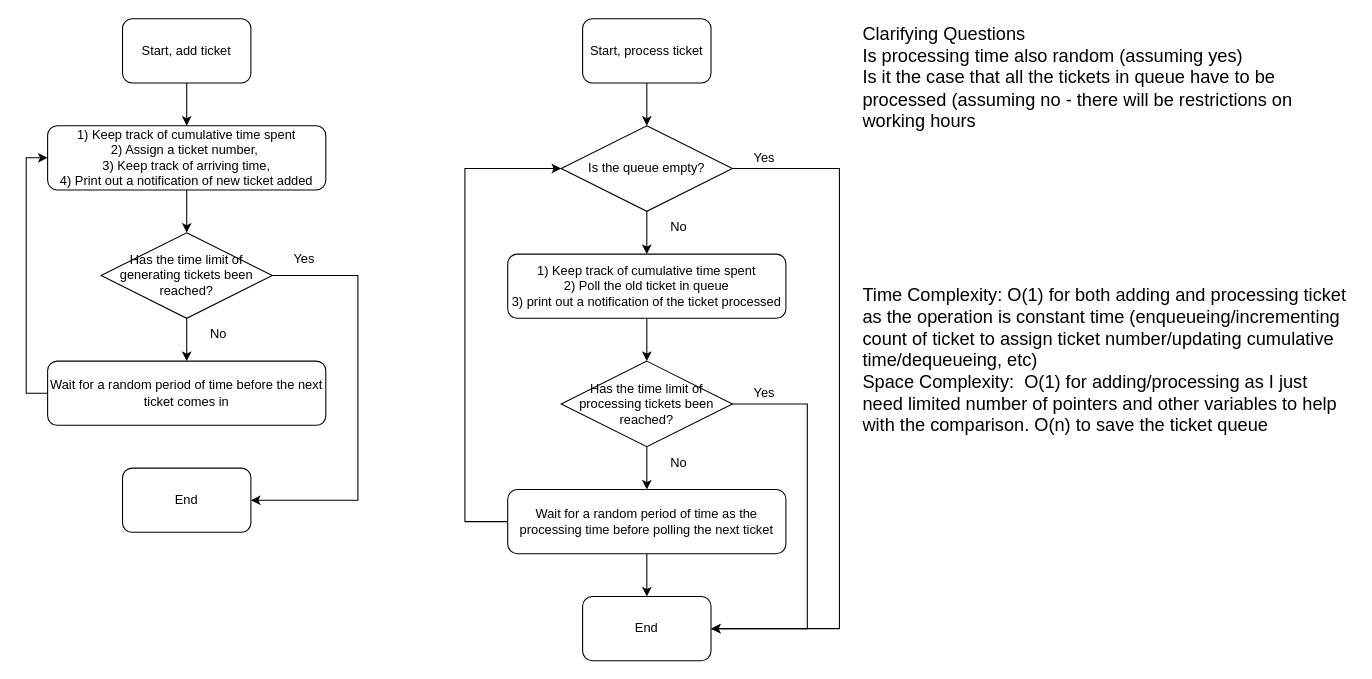
Earlier version of the draw.io diagram Ticketing System Simulation.drawio (yanatnsc/Ticketing-System-Simulation). Source tidied: cells renumbered, new cells numbered last; positions are measured from the earlier drawing's top-left corner, leaving out a move shared by most shapes. Both pictures are drawn from the tidied source at 107%, with x=0, y=0 at pixel (47, 18).
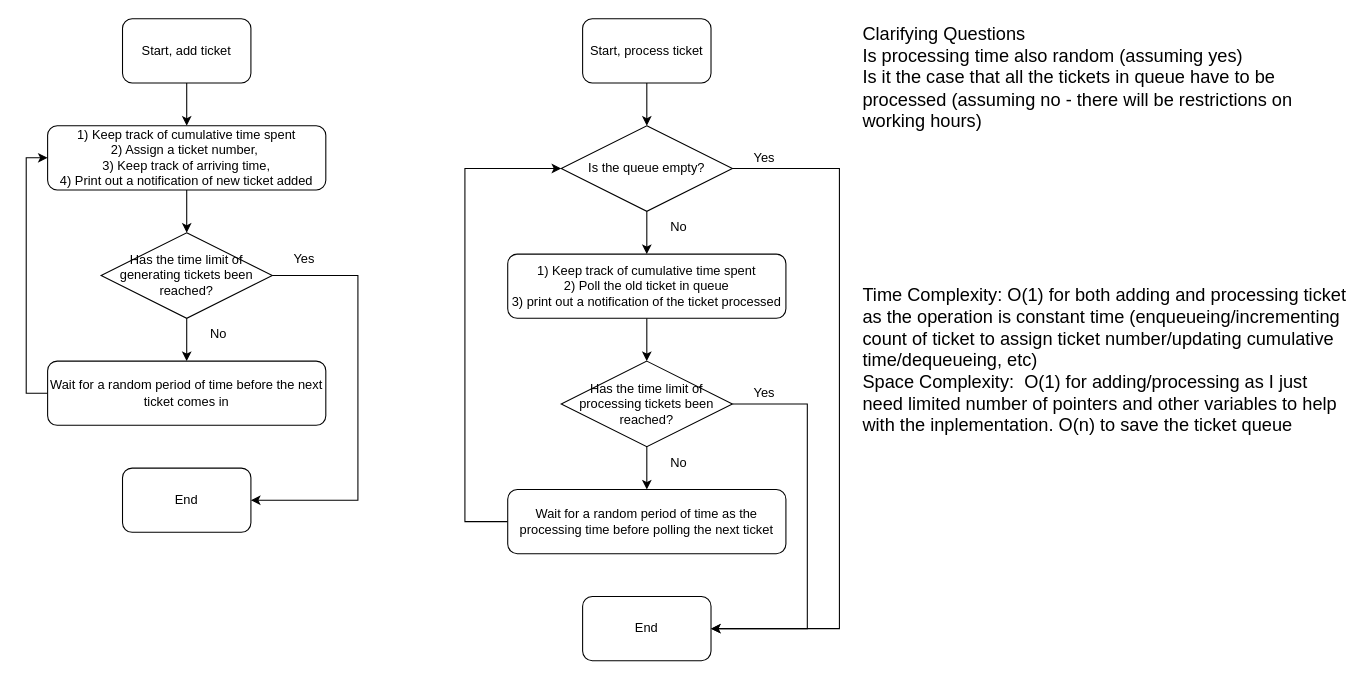
After the change.

The change refers to these unchanged cells:
```xml
<mxCell id="20" value="Wait for a random period of time as the processing time before polling the next ticket" style="rounded=1;whiteSpace=wrap;html=1;" parent="1" vertex="1">
  <mxGeometry x="430" y="440" width="260" height="60" as="geometry" />
</mxCell>
<mxCell id="29" value="End" style="rounded=1;whiteSpace=wrap;html=1;" parent="1" vertex="1">
  <mxGeometry x="500" y="540" width="120" height="60" as="geometry" />
</mxCell>
```

What changed in the source:
```diff
@@
-    <mxCell id="4" value="&lt;font style=&quot;font-size: 17px;&quot;&gt;Clarifying Questions&lt;/font&gt;&lt;div style=&quot;&quot;&gt;&lt;span style=&quot;background-color: initial; font-size: 17px;&quot;&gt;Is processing time also random (assuming yes)&lt;/span&gt;&lt;/div&gt;&lt;div style=&quot;&quot;&gt;&lt;span style=&quot;background-color: initial; font-size: 17px;&quot;&gt;Is it the case that all the tickets in queue have to be processed (assuming no - there will be restrictions on working hours&lt;/span&gt;&lt;/div&gt;&lt;div style=&quot;&quot;&gt;&lt;span style=&quot;font-size: 0px; color: rgba(0, 0, 0, 0); font-family: monospace; text-wrap: nowrap; background-color: initial;&quot;&gt;Does3CmxGraphModel%3E%3Croot%3E%3CmxCell%20id%3D%220%22%2F%3E%3CmxCell%20id%3D%221%22%20parent%3D%220%22%2F%3E%3CmxCell%20id%3D%222%22%20value%3D%22%26lt%3Bspan%20style%3D%26quot%3Bfont-size%3A%2017px%3B%26quot%3B%26gt%3BTime%20Complexity%3A%20O(n)%20as%20we%20traverse%20through%20the%20list%26lt%3B%2Fspan%26gt%3B%26lt%3Bdiv%26gt%3B%26lt%3Bspan%20style%3D%26quot%3Bfont-size%3A%2017px%3B%26quot%3B%26gt%3BSpace%20Complexity%3A%26amp%3Bnbsp%3B%20O(1)%20as%20I%20just%20need%20three%20pointers%20(prev%2Fcurrent%2Fnext)%26lt%3Bbr%26gt%3B%26lt%3B%2Fspan%26gt%3B%26lt%3B%2Fdiv%26gt%3B%22%20style%3D%22text%3Bhtml%3D1%3Balign%3Dleft%3BverticalAlign%3Dmiddle%3BwhiteSpace%3Dwrap%3Brounded%3D0%3B%22%20vertex%3D%221%22%20parent%3D%221%22%3E%3CmxGeometry%20x%3D%2252%22%20y%3D%22680%22%20width%3D%22460%22%20height%3D%2285%22%20as%3D%22geometry%22%2F%3E%3C%2FmxCell%3E%3C%2Froot%3E%3C%2FmxGraphModel%3E&lt;/span&gt;&lt;/div&gt;" style="text;html=1;align=left;verticalAlign=middle;whiteSpace=wrap;rounded=0;" parent="1" vertex="1">
+    <mxCell id="4" value="&lt;font style=&quot;font-size: 17px;&quot;&gt;Clarifying Questions&lt;/font&gt;&lt;div style=&quot;&quot;&gt;&lt;span style=&quot;background-color: initial; font-size: 17px;&quot;&gt;Is processing time also random (assuming yes)&lt;/span&gt;&lt;/div&gt;&lt;div style=&quot;&quot;&gt;&lt;span style=&quot;background-color: initial; font-size: 17px;&quot;&gt;Is it the case that all the tickets in queue have to be processed (assuming no - there will be restrictions on working hours)&lt;/span&gt;&lt;/div&gt;&lt;div style=&quot;&quot;&gt;&lt;span style=&quot;font-size: 0px; color: rgba(0, 0, 0, 0); font-family: monospace; text-wrap: nowrap; background-color: initial;&quot;&gt;Does3CmxGraphModel%3E%3Croot%3E%3CmxCell%20id%3D%220%22%2F%3E%3CmxCell%20id%3D%221%22%20parent%3D%220%22%2F%3E%3CmxCell%20id%3D%222%22%20value%3D%22%26lt%3Bspan%20style%3D%26quot%3Bfont-size%3A%2017px%3B%26quot%3B%26gt%3BTime%20Complexity%3A%20O(n)%20as%20we%20traverse%20through%20the%20list%26lt%3B%2Fspan%26gt%3B%26lt%3Bdiv%26gt%3B%26lt%3Bspan%20style%3D%26quot%3Bfont-size%3A%2017px%3B%26quot%3B%26gt%3BSpace%20Complexity%3A%26amp%3Bnbsp%3B%20O(1)%20as%20I%20just%20need%20three%20pointers%20(prev%2Fcurrent%2Fnext)%26lt%3Bbr%26gt%3B%26lt%3B%2Fspan%26gt%3B%26lt%3B%2Fdiv%26gt%3B%22%20style%3D%22text%3Bhtml%3D1%3Balign%3Dleft%3BverticalAlign%3Dmiddle%3BwhiteSpace%3Dwrap%3Brounded%3D0%3B%22%20vertex%3D%221%22%20parent%3D%221%22%3E%3CmxGeometry%20x%3D%2252%22%20y%3D%22680%22%20width%3D%22460%22%20height%3D%2285%22%20as%3D%22geometry%22%2F%3E%3C%2FmxCell%3E%3C%2Froot%3E%3C%2FmxGraphModel%3E&lt;/span&gt;&lt;/div&gt;" style="text;html=1;align=left;verticalAlign=middle;whiteSpace=wrap;rounded=0;" parent="1" vertex="1">
       <mxGeometry x="760" y="20" width="460" height="85" as="geometry" />
     </mxCell>
-    <mxCell id="5" value="&lt;span style=&quot;font-size: 17px;&quot;&gt;Time Complexity: O(1) for both adding and processing ticket as the operation is constant time (enqueueing/incrementing count of ticket to assign ticket number/updating cumulative time/dequeueing, etc)&amp;nbsp;&lt;/span&gt;&lt;div&gt;&lt;span style=&quot;font-size: 17px;&quot;&gt;Space Complexity:&amp;nbsp; O(1) for adding/processing as I just need limited number of pointers and other variables to help with the comparison. O(n) to save the ticket queue&lt;br&gt;&lt;/span&gt;&lt;/div&gt;" style="text;html=1;align=left;verticalAlign=middle;whiteSpace=wrap;rounded=0;" parent="1" vertex="1">
+    <mxCell id="5" value="&lt;span style=&quot;font-size: 17px;&quot;&gt;Time Complexity: O(1) for both adding and processing ticket as the operation is constant time (enqueueing/incrementing count of ticket to assign ticket number/updating cumulative time/dequeueing, etc)&amp;nbsp;&lt;/span&gt;&lt;div&gt;&lt;span style=&quot;font-size: 17px;&quot;&gt;Space Complexity:&amp;nbsp; O(1) for adding/processing as I just need limited number of pointers and other variables to help with the inplementation. O(n) to save the ticket queue&lt;br&gt;&lt;/span&gt;&lt;/div&gt;" style="text;html=1;align=left;verticalAlign=middle;whiteSpace=wrap;rounded=0;" parent="1" vertex="1">
       <mxGeometry x="760" y="250" width="460" height="140" as="geometry" />
     </mxCell>
@@
-    <mxCell id="18" style="edgeStyle=orthogonalEdgeStyle;rounded=0;jettySize=auto;html=1;" parent="1" edge="1" source="20" target="29">
-      <mxGeometry relative="1" as="geometry" />
-    </mxCell>
```
